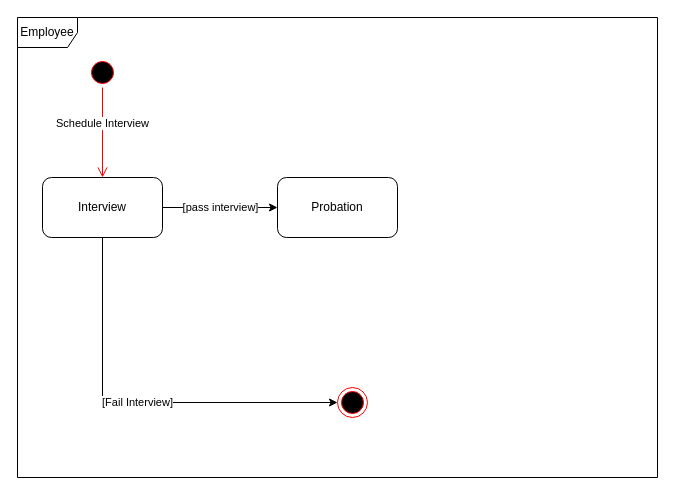
Earlier version of the draw.io diagram week1/Week6 Employee UML State Diagram.drawio (Darren-ODonnell/BusinessModellingDiagrams). Source tidied: cells renumbered, new cells numbered last; positions are measured from the earlier drawing's top-left corner, leaving out a move shared by most shapes. Both pictures are drawn from the tidied source at 100%, with x=0, y=0 at pixel (17, 17).
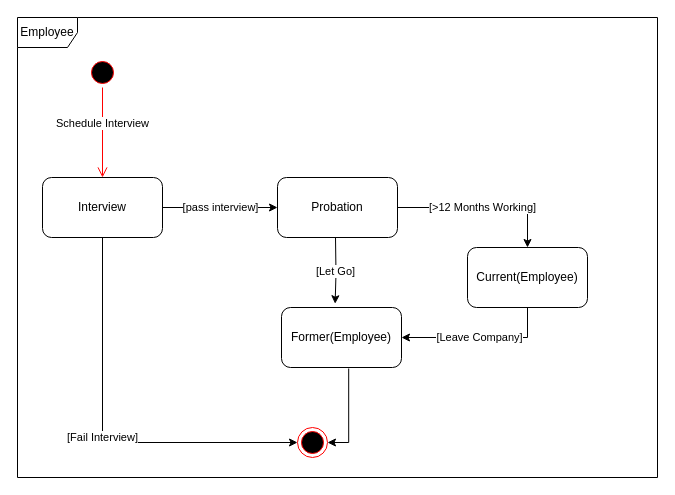
Above is the later version.

Diff of the diagram source:
```diff
@@
 <mxGraphModel>
   <root>
     <mxCell id="0" />
     <mxCell id="1" parent="0" />
     <mxCell id="2" value="Employee" style="shape=umlFrame;whiteSpace=wrap;html=1;" parent="1" vertex="1">
       <mxGeometry width="640" height="460" as="geometry" />
     </mxCell>
     <mxCell id="3" style="ellipse;html=1;shape=startState;fillColor=#000000;strokeColor=#ff0000;" parent="1" vertex="1">
       <mxGeometry x="70" y="40" width="30" height="30" as="geometry" />
     </mxCell>
     <mxCell id="4" value="Schedule Interview" style="edgeStyle=orthogonalEdgeStyle;html=1;verticalAlign=bottom;endArrow=open;endSize=8;strokeColor=#ff0000;rounded=0;entryX=0.5;entryY=0;entryDx=0;entryDy=0;" parent="1" edge="1" source="3" target="8">
       <mxGeometry relative="1" as="geometry" />
     </mxCell>
     <mxCell id="5" style="ellipse;html=1;shape=endState;fillColor=#000000;strokeColor=#ff0000;" parent="1" vertex="1">
-      <mxGeometry x="320" y="370" width="30" height="30" as="geometry" />
+      <mxGeometry x="280" y="410" width="30" height="30" as="geometry" />
     </mxCell>
     <mxCell id="6" value="[pass interview]" style="edgeStyle=orthogonalEdgeStyle;rounded=0;jettySize=auto;html=1;" parent="1" edge="1" source="8" target="9">
       <mxGeometry relative="1" as="geometry" />
     </mxCell>
     <mxCell id="7" value="[Fail Interview]" style="edgeStyle=orthogonalEdgeStyle;rounded=0;jettySize=auto;html=1;exitX=0.5;exitY=1;exitDx=0;exitDy=0;entryX=0;entryY=0.5;entryDx=0;entryDy=0;" parent="1" edge="1" source="8" target="5">
       <mxGeometry relative="1" as="geometry" />
     </mxCell>
     <mxCell id="8" value="Interview" style="rounded=1;whiteSpace=wrap;html=1;" parent="1" vertex="1">
       <mxGeometry x="25" y="160" width="120" height="60" as="geometry" />
     </mxCell>
+    <mxCell id="10" value="[&amp;gt;12 Months Working]" style="edgeStyle=orthogonalEdgeStyle;rounded=0;jettySize=auto;html=1;exitX=1;exitY=0.5;exitDx=0;exitDy=0;entryX=0.5;entryY=0;entryDx=0;entryDy=0;" parent="1" edge="1" source="9" target="13">
+      <mxGeometry relative="1" as="geometry" />
+    </mxCell>
+    <mxCell id="11" value="[Let Go]" style="edgeStyle=orthogonalEdgeStyle;rounded=0;jettySize=auto;html=1;entryX=0.447;entryY=-0.063;entryDx=0;entryDy=0;entryPerimeter=0;" parent="1" edge="1" target="15">
+      <mxGeometry relative="1" as="geometry">
+        <mxPoint x="318" y="220" as="sourcePoint" />
+      </mxGeometry>
+    </mxCell>
     <mxCell id="9" value="Probation" style="whiteSpace=wrap;html=1;rounded=1;" parent="1" vertex="1">
       <mxGeometry x="260" y="160" width="120" height="60" as="geometry" />
     </mxCell>
+    <mxCell id="12" value="[Leave Company]" style="edgeStyle=orthogonalEdgeStyle;rounded=0;jettySize=auto;html=1;exitX=0.5;exitY=1;exitDx=0;exitDy=0;entryX=1;entryY=0.5;entryDx=0;entryDy=0;" parent="1" edge="1" source="13" target="15">
+      <mxGeometry relative="1" as="geometry" />
+    </mxCell>
+    <mxCell id="13" value="Current(Employee)" style="rounded=1;whiteSpace=wrap;html=1;" parent="1" vertex="1">
+      <mxGeometry x="450" y="230" width="120" height="60" as="geometry" />
+    </mxCell>
+    <mxCell id="14" style="edgeStyle=orthogonalEdgeStyle;rounded=0;jettySize=auto;html=1;exitX=0.56;exitY=1.017;exitDx=0;exitDy=0;entryX=1;entryY=0.5;entryDx=0;entryDy=0;exitPerimeter=0;" parent="1" edge="1" source="15" target="5">
+      <mxGeometry relative="1" as="geometry" />
+    </mxCell>
+    <mxCell id="15" value="Former(Employee)" style="rounded=1;whiteSpace=wrap;html=1;" parent="1" vertex="1">
+      <mxGeometry x="264" y="290" width="120" height="60" as="geometry" />
+    </mxCell>
   </root>
 </mxGraphModel>
```
